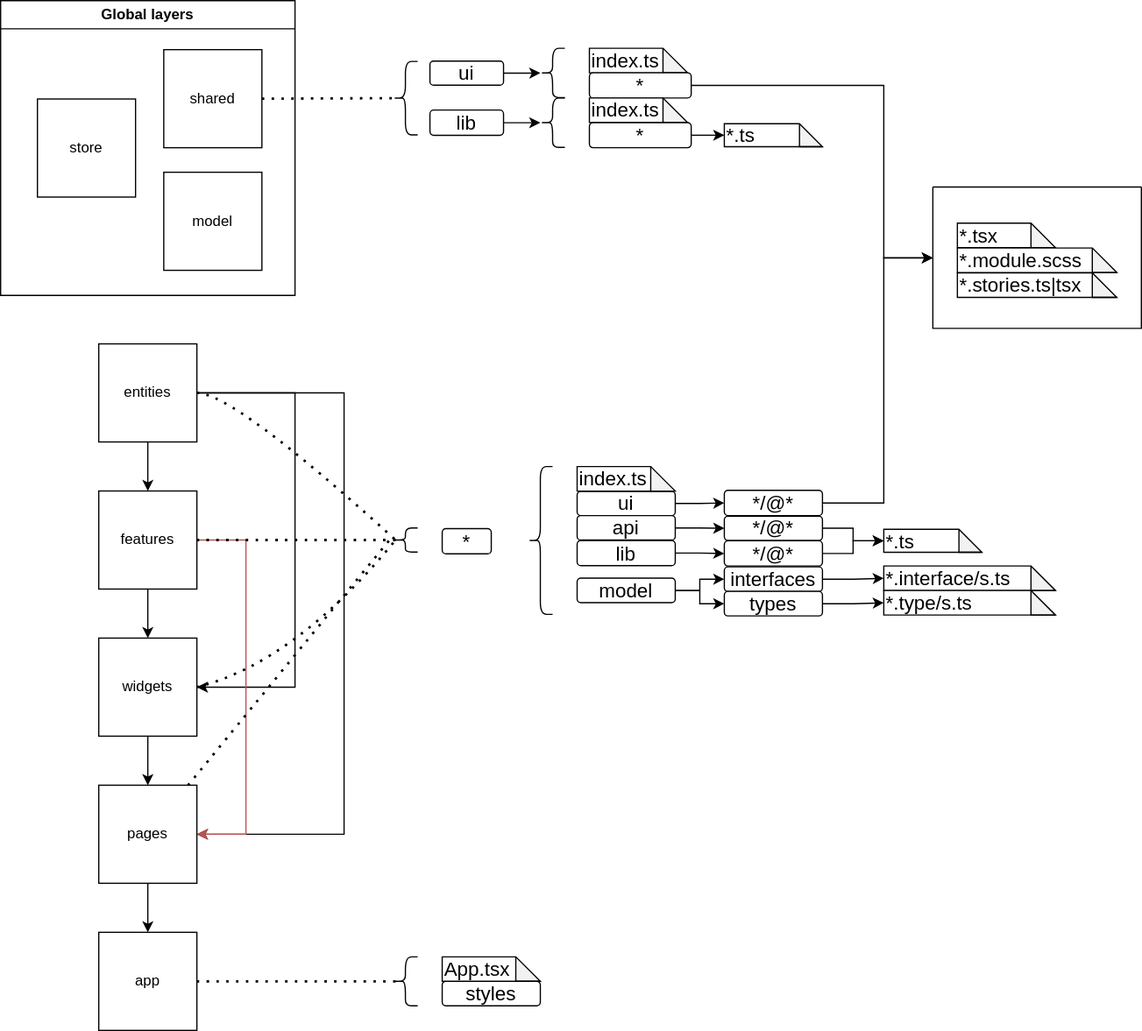
This is client/FSD.drawio.svg from Lordpluha/GameBlog, a draw.io export, as it was before one commit. Source tidied: cells renumbered, new cells last; positions are measured from the earlier drawing's top-left corner, leaving out a move shared by most shapes.
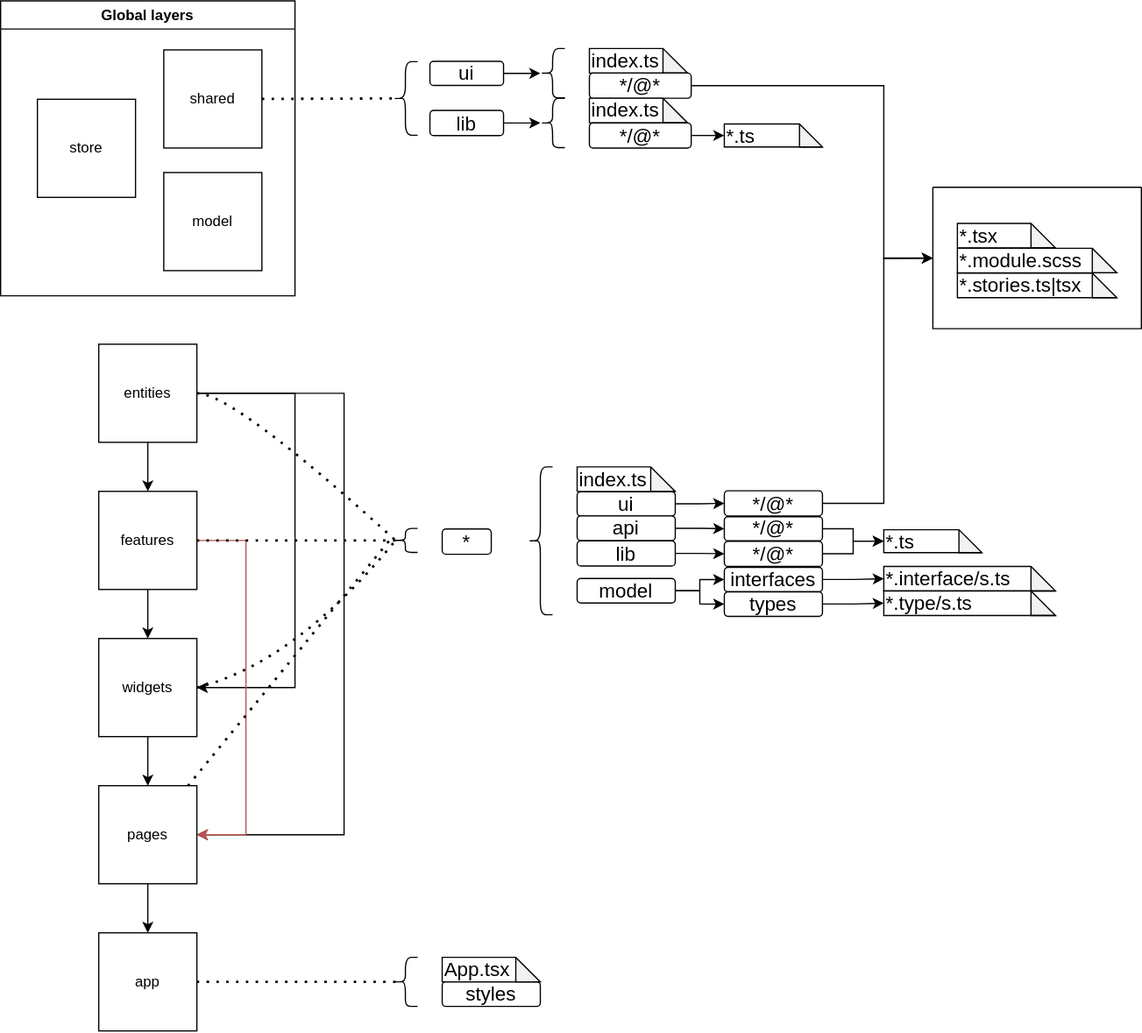
The same diagram one commit later.

Diff of the diagram source:
```diff
@@ -187,7 +187,7 @@
         </Array>
       </mxGeometry>
     </mxCell>
-    <mxCell id="51" value="*" style="rounded=1;whiteSpace=wrap;html=1;fontSize=16;verticalAlign=middle;" parent="1" vertex="1">
+    <mxCell id="51" value="*/@*" style="rounded=1;whiteSpace=wrap;html=1;fontSize=16;verticalAlign=middle;" parent="1" vertex="1">
       <mxGeometry x="480" y="58.9" width="83" height="20.6" as="geometry" />
     </mxCell>
     <mxCell id="52" value="*/@*" style="rounded=1;whiteSpace=wrap;html=1;fontSize=16;verticalAlign=middle;" parent="1" vertex="1">
@@ -238,7 +238,7 @@
     <mxCell id="67" style="edgeStyle=orthogonalEdgeStyle;rounded=0;jettySize=auto;html=1;" parent="1" edge="1" source="68" target="70">
       <mxGeometry relative="1" as="geometry" />
     </mxCell>
-    <mxCell id="68" value="*" style="rounded=1;whiteSpace=wrap;html=1;fontSize=16;verticalAlign=middle;" parent="1" vertex="1">
+    <mxCell id="68" value="*/@*" style="rounded=1;whiteSpace=wrap;html=1;fontSize=16;verticalAlign=middle;" parent="1" vertex="1">
       <mxGeometry x="480" y="99.6" width="83" height="20.4" as="geometry" />
     </mxCell>
     <mxCell id="69" style="shape=curlyBracket;whiteSpace=wrap;html=1;rounded=1;labelPosition=left;verticalLabelPosition=middle;align=right;verticalAlign=middle;fontSize=16;" parent="1" vertex="1">
```
